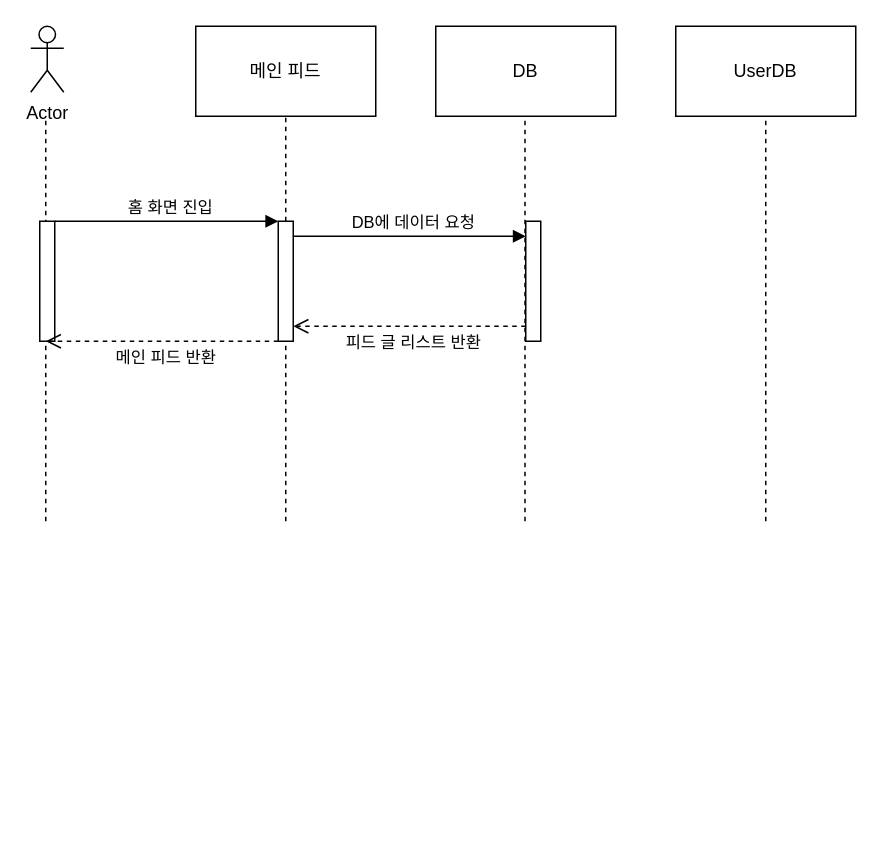
Earlier version of the draw.io diagram page "Main Feed" (3 of 4) of KB 3기 2반 5조.drawio (C0012S/SoBe-it). Source tidied: cells renumbered, new cells numbered last; positions are measured from the earlier drawing's top-left corner, leaving out a move shared by most shapes. Both pictures are drawn from the tidied source at 150%, with x=0, y=0 at pixel (30, 26).
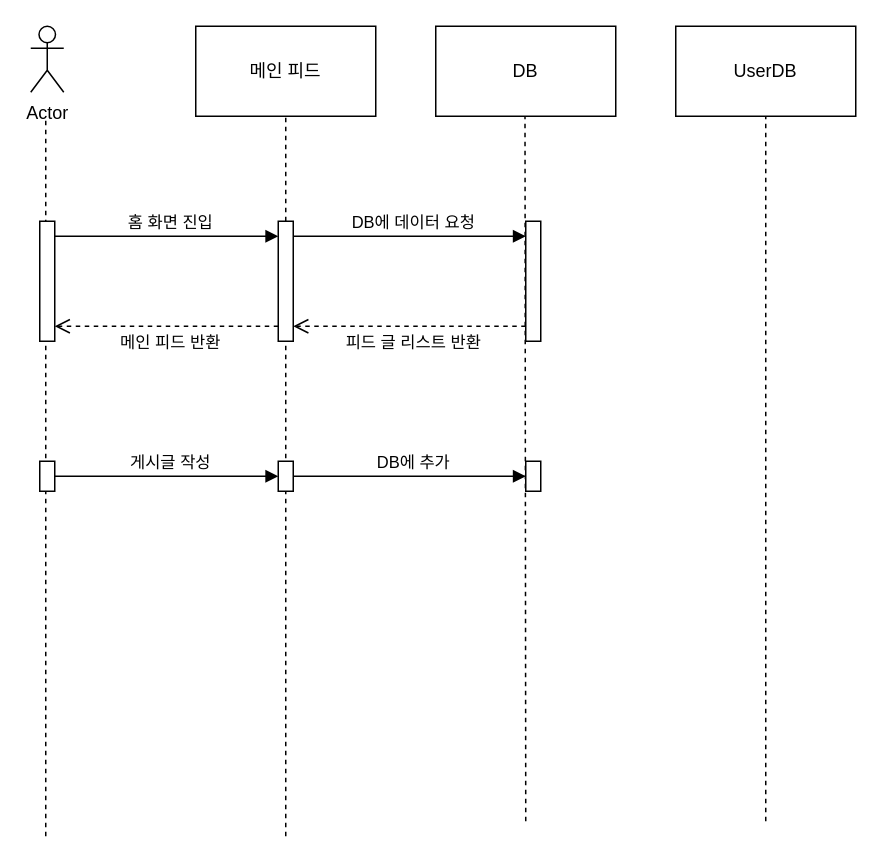
The same diagram, later.

The change refers to these unchanged cells:
```xml
<mxCell id="12" style="html=1;points=[];perimeter=orthogonalPerimeter;outlineConnect=0;targetShapes=umlLifeline;portConstraint=eastwest;newEdgeStyle={&quot;edgeStyle&quot;:&quot;elbowEdgeStyle&quot;,&quot;elbow&quot;:&quot;vertical&quot;,&quot;curved&quot;:0,&quot;rounded&quot;:0};" parent="1" vertex="1">
  <mxGeometry x="165" y="130" width="10" height="80" as="geometry" />
</mxCell>
<mxCell id="14" style="html=1;points=[];perimeter=orthogonalPerimeter;outlineConnect=0;targetShapes=umlLifeline;portConstraint=eastwest;newEdgeStyle={&quot;edgeStyle&quot;:&quot;elbowEdgeStyle&quot;,&quot;elbow&quot;:&quot;vertical&quot;,&quot;curved&quot;:0,&quot;rounded&quot;:0};" parent="1" vertex="1">
  <mxGeometry x="6" y="130" width="10" height="80" as="geometry" />
</mxCell>
```

What changed in the source:
```diff
@@
     <mxCell id="3" style="endArrow=none;dashed=1;html=1;rounded=0;" parent="1" edge="1">
       <mxGeometry relative="1" as="geometry">
-        <mxPoint x="10" y="330" as="sourcePoint" />
+        <mxPoint x="10" y="540" as="sourcePoint" />
         <mxPoint x="10" y="60" as="targetPoint" />
       </mxGeometry>
     </mxCell>
@@
     <mxCell id="8" style="endArrow=none;dashed=1;html=1;rounded=0;" parent="1" edge="1">
       <mxGeometry relative="1" as="geometry">
-        <mxPoint x="329.5" y="330" as="sourcePoint" />
+        <mxPoint x="330" y="530" as="sourcePoint" />
         <mxPoint x="329.5" y="60" as="targetPoint" />
       </mxGeometry>
     </mxCell>
     <mxCell id="9" style="endArrow=none;dashed=1;html=1;rounded=0;" parent="1" edge="1">
       <mxGeometry relative="1" as="geometry">
-        <mxPoint x="490" y="330" as="sourcePoint" />
+        <mxPoint x="490" y="530" as="sourcePoint" />
         <mxPoint x="490" y="60" as="targetPoint" />
       </mxGeometry>
     </mxCell>
     <mxCell id="10" value="홈 화면 진입" style="html=1;verticalAlign=bottom;endArrow=block;edgeStyle=elbowEdgeStyle;elbow=vertical;curved=0;rounded=0;" parent="1" edge="1" source="14" target="12">
       <mxGeometry x="0.03" relative="1" as="geometry">
         <Array as="points">
-          <mxPoint x="90" y="130" />
+          <mxPoint x="90" y="140" />
         </Array>
       </mxGeometry>
     </mxCell>
     <mxCell id="11" style="endArrow=none;dashed=1;html=1;rounded=0;" parent="1" edge="1" target="12">
       <mxGeometry relative="1" as="geometry">
-        <mxPoint x="170" y="330" as="sourcePoint" />
+        <mxPoint x="170" y="540" as="sourcePoint" />
       </mxGeometry>
     </mxCell>
@@
     <mxCell id="17" value="메인 피드 반환" style="html=1;verticalAlign=bottom;endArrow=open;dashed=1;endSize=8;edgeStyle=elbowEdgeStyle;elbow=vertical;curved=0;rounded=0;" parent="1" edge="1" source="12">
       <mxGeometry x="-0.03" y="20" relative="1" as="geometry">
-        <mxPoint x="10" y="210" as="targetPoint" />
+        <mxPoint x="16" y="200" as="targetPoint" />
       </mxGeometry>
     </mxCell>
+    <mxCell id="18" value="게시글 작성" style="html=1;verticalAlign=bottom;endArrow=block;edgeStyle=elbowEdgeStyle;elbow=vertical;curved=0;rounded=0;" parent="1" edge="1" source="20" target="19">
+      <mxGeometry x="0.03" relative="1" as="geometry">
+        <Array as="points">
+          <mxPoint x="90" y="300" />
+        </Array>
+      </mxGeometry>
+    </mxCell>
+    <mxCell id="19" style="html=1;points=[];perimeter=orthogonalPerimeter;outlineConnect=0;targetShapes=umlLifeline;portConstraint=eastwest;newEdgeStyle={&quot;edgeStyle&quot;:&quot;elbowEdgeStyle&quot;,&quot;elbow&quot;:&quot;vertical&quot;,&quot;curved&quot;:0,&quot;rounded&quot;:0};" parent="1" vertex="1">
+      <mxGeometry x="165" y="290" width="10" height="20" as="geometry" />
+    </mxCell>
+    <mxCell id="20" style="html=1;points=[];perimeter=orthogonalPerimeter;outlineConnect=0;targetShapes=umlLifeline;portConstraint=eastwest;newEdgeStyle={&quot;edgeStyle&quot;:&quot;elbowEdgeStyle&quot;,&quot;elbow&quot;:&quot;vertical&quot;,&quot;curved&quot;:0,&quot;rounded&quot;:0};" parent="1" vertex="1">
+      <mxGeometry x="6" y="290" width="10" height="20" as="geometry" />
+    </mxCell>
+    <mxCell id="21" value="DB에 추가" style="html=1;verticalAlign=bottom;endArrow=block;edgeStyle=elbowEdgeStyle;elbow=vertical;curved=0;rounded=0;" parent="1" edge="1" target="22">
+      <mxGeometry x="0.03" relative="1" as="geometry">
+        <mxPoint x="175" y="300" as="sourcePoint" />
+        <Array as="points">
+          <mxPoint x="260" y="300" />
+        </Array>
+      </mxGeometry>
+    </mxCell>
+    <mxCell id="22" style="html=1;points=[];perimeter=orthogonalPerimeter;outlineConnect=0;targetShapes=umlLifeline;portConstraint=eastwest;newEdgeStyle={&quot;edgeStyle&quot;:&quot;elbowEdgeStyle&quot;,&quot;elbow&quot;:&quot;vertical&quot;,&quot;curved&quot;:0,&quot;rounded&quot;:0};" parent="1" vertex="1">
+      <mxGeometry x="330" y="290" width="10" height="20" as="geometry" />
+    </mxCell>
```
